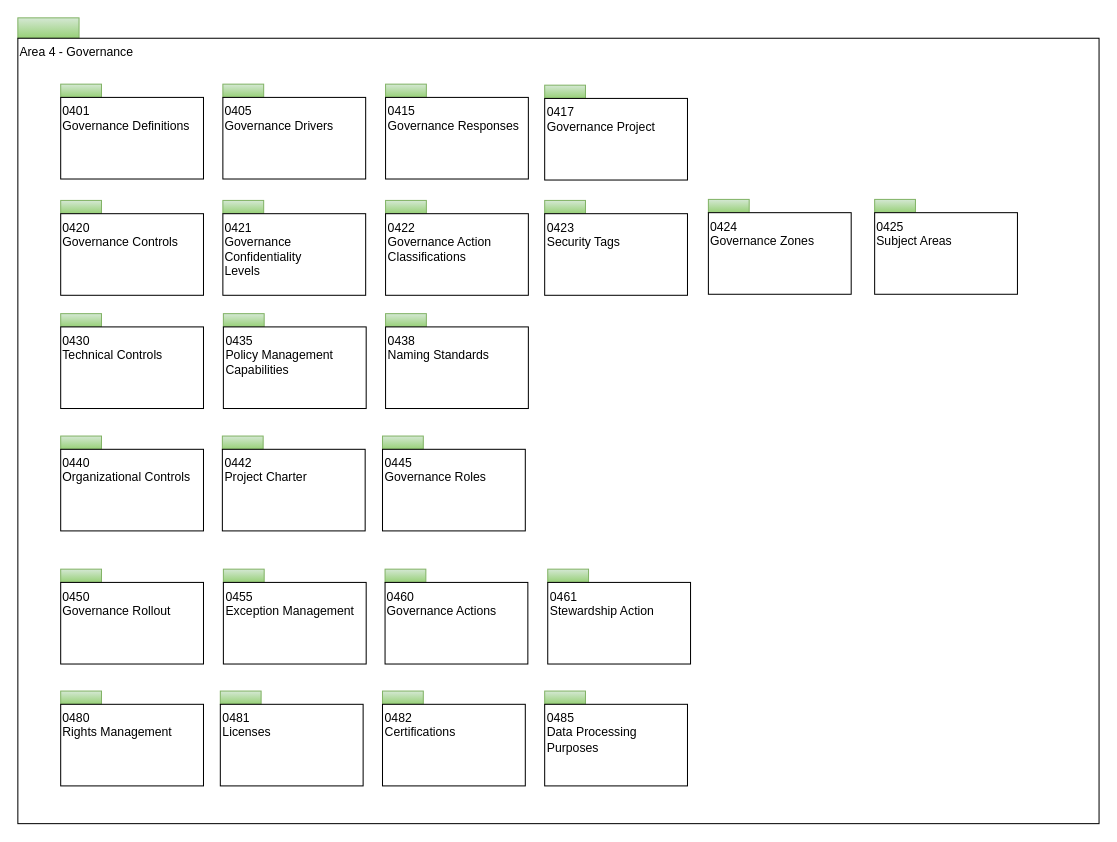
This is page "area-4-governance-overview" (1 of 25) of open-metadata-publication/website/open-metadata-types/area-4-governance.drawio from odpi/egeria, a draw.io file, before an edit. Source tidied: cells renumbered, new cells numbered last; positions are measured from the earlier drawing's top-left corner, leaving out a move shared by most shapes. Both pictures are drawn from the tidied source at 102%, with x=0, y=0 at pixel (17, 17).
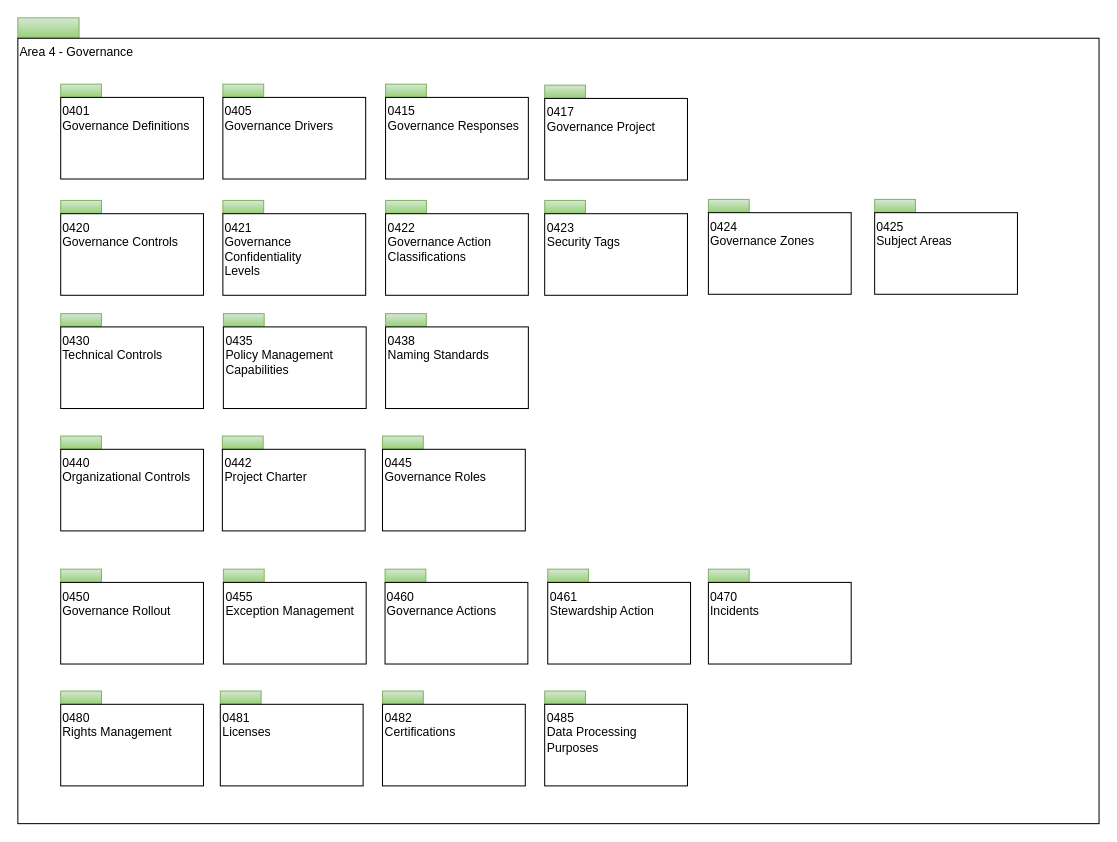
Above is the later version.

What changed in the source:
```diff
@@
+    <mxCell id="53" style="rounded=0;whiteSpace=wrap;html=1;align=left;fillColor=#d5e8d4;strokeColor=#82b366;gradientColor=#97d077;" parent="1" vertex="1">
+      <mxGeometry x="677" y="540.5" width="40" height="13" as="geometry" />
+    </mxCell>
+    <mxCell id="54" value="0470&lt;br&gt;Incidents" style="rounded=0;whiteSpace=wrap;html=1;align=left;verticalAlign=top;" parent="1" vertex="1">
+      <mxGeometry x="677" y="553.5" width="140" height="80" as="geometry" />
+    </mxCell>
```
